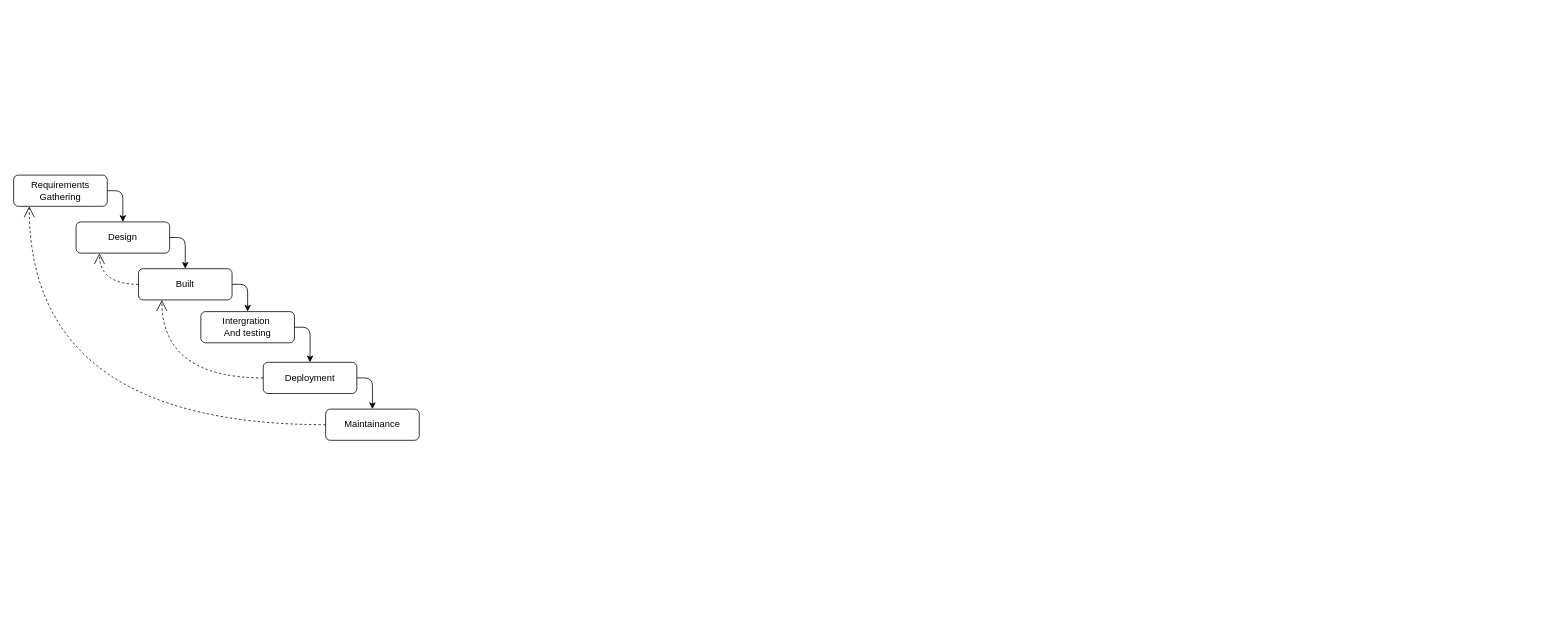
Earlier version of the draw.io diagram Diagrams/Final_year_proj Diagrams.drawio (onensensy/Diet-and-nutrition-management-system-Documentation). Source tidied: cells renumbered, new cells numbered last; positions are measured from the earlier drawing's top-left corner, leaving out a move shared by most shapes. Both pictures are drawn from the tidied source at 78%, with x=0, y=0 at pixel (13, 175).
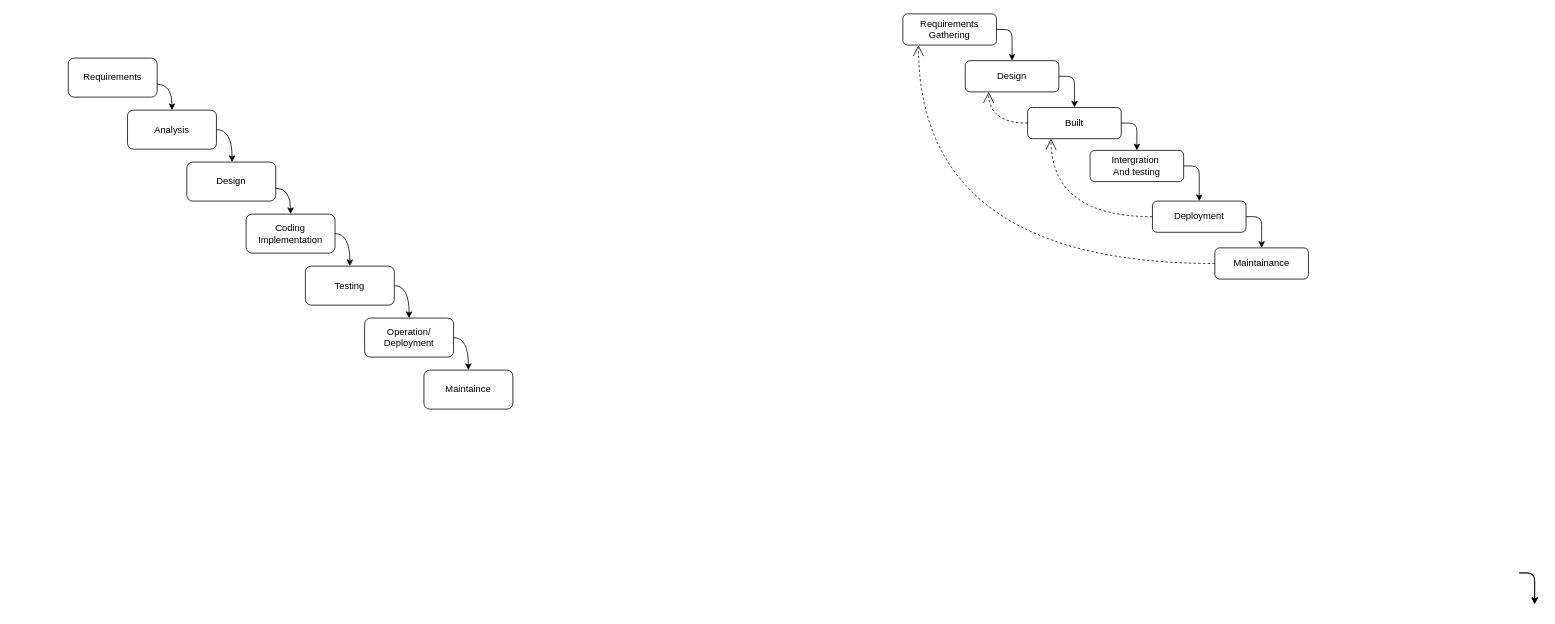
The same page after the edit.

Change to the diagram source:
```diff
@@
+    <mxCell id="17" style="edgeStyle=segmentEdgeStyle;endArrow=classic;html=1;" parent="1" edge="1">
+      <mxGeometry relative="1" as="geometry">
+        <mxPoint x="1930" y="510" as="sourcePoint" />
+        <mxPoint x="1950" y="550" as="targetPoint" />
+      </mxGeometry>
+    </mxCell>
+    <mxCell id="18" style="edgeStyle=segmentEdgeStyle;endArrow=classic;html=1;" parent="1" edge="1">
+      <mxGeometry relative="1" as="geometry">
+        <mxPoint x="1930" y="510" as="sourcePoint" />
+        <mxPoint x="1950" y="550" as="targetPoint" />
+      </mxGeometry>
+    </mxCell>
+    <mxCell id="19" style="group;" parent="1" vertex="1">
+      <mxGeometry x="1140" y="-206.7" width="520" height="340" as="geometry" />
+    </mxCell>
-    <mxCell id="2" style="group;" parent="1" vertex="1">
+    <mxCell id="2" style="group;" parent="19" vertex="1">
       <mxGeometry width="520" height="340" as="geometry" />
     </mxCell>
+    <mxCell id="8" value="Maintainance" style="rounded=1;whiteSpace=wrap;html=1;" parent="2" vertex="1">
+      <mxGeometry x="400" y="300" width="120" height="40" as="geometry" />
+    </mxCell>
+    <mxCell id="20" style="group;" parent="2" vertex="1">
+      <mxGeometry width="440" height="320" as="geometry" />
+    </mxCell>
-    <mxCell id="3" value="Requirements&lt;br&gt;Gathering" style="rounded=1;whiteSpace=wrap;html=1;" parent="2" vertex="1">
+    <mxCell id="3" value="Requirements&lt;br&gt;Gathering" style="rounded=1;whiteSpace=wrap;html=1;" parent="20" vertex="1">
       <mxGeometry width="120" height="40" as="geometry" />
     </mxCell>
-    <mxCell id="4" value="Deployment" style="rounded=1;whiteSpace=wrap;html=1;" parent="2" vertex="1">
+    <mxCell id="4" value="Deployment" style="rounded=1;whiteSpace=wrap;html=1;" parent="20" vertex="1">
       <mxGeometry x="320" y="240" width="120" height="40" as="geometry" />
     </mxCell>
-    <mxCell id="5" value="Intergration&amp;nbsp;&lt;br&gt;And testing" style="rounded=1;whiteSpace=wrap;html=1;" parent="2" vertex="1">
+    <mxCell id="5" value="Intergration&amp;nbsp;&lt;br&gt;And testing" style="rounded=1;whiteSpace=wrap;html=1;" parent="20" vertex="1">
       <mxGeometry x="240" y="175" width="120" height="40" as="geometry" />
     </mxCell>
-    <mxCell id="6" value="Built" style="rounded=1;whiteSpace=wrap;html=1;" parent="2" vertex="1">
+    <mxCell id="6" value="Built" style="rounded=1;whiteSpace=wrap;html=1;" parent="20" vertex="1">
       <mxGeometry x="160" y="120" width="120" height="40" as="geometry" />
     </mxCell>
-    <mxCell id="7" value="Design" style="rounded=1;whiteSpace=wrap;html=1;" parent="2" vertex="1">
+    <mxCell id="7" value="Design" style="rounded=1;whiteSpace=wrap;html=1;" parent="20" vertex="1">
       <mxGeometry x="80" y="60" width="120" height="40" as="geometry" />
     </mxCell>
-    <mxCell id="8" value="Maintainance" style="rounded=1;whiteSpace=wrap;html=1;" parent="2" vertex="1">
-      <mxGeometry x="400" y="300" width="120" height="40" as="geometry" />
-    </mxCell>
-    <mxCell id="9" style="edgeStyle=segmentEdgeStyle;endArrow=classic;html=1;" parent="2" edge="1" source="3" target="7">
+    <mxCell id="9" style="edgeStyle=segmentEdgeStyle;endArrow=classic;html=1;" parent="20" edge="1" source="3" target="7">
       <mxGeometry relative="1" as="geometry" />
     </mxCell>
-    <mxCell id="10" style="edgeStyle=segmentEdgeStyle;endArrow=classic;html=1;" parent="2" edge="1" source="7" target="6">
+    <mxCell id="10" style="edgeStyle=segmentEdgeStyle;endArrow=classic;html=1;" parent="20" edge="1" source="7" target="6">
       <mxGeometry relative="1" as="geometry" />
     </mxCell>
-    <mxCell id="11" style="edgeStyle=segmentEdgeStyle;endArrow=classic;html=1;" parent="2" edge="1" source="6" target="5">
+    <mxCell id="11" style="edgeStyle=segmentEdgeStyle;endArrow=classic;html=1;" parent="20" edge="1" source="6" target="5">
       <mxGeometry relative="1" as="geometry" />
     </mxCell>
-    <mxCell id="12" style="edgeStyle=segmentEdgeStyle;endArrow=classic;html=1;" parent="2" edge="1" source="5" target="4">
+    <mxCell id="12" style="edgeStyle=segmentEdgeStyle;endArrow=classic;html=1;" parent="20" edge="1" source="5" target="4">
       <mxGeometry relative="1" as="geometry" />
     </mxCell>
+    <mxCell id="15" style="endArrow=open;endSize=12;dashed=1;html=1;edgeStyle=orthogonalEdgeStyle;curved=1;" parent="20" edge="1" source="4" target="6">
+      <mxGeometry relative="1" as="geometry">
+        <Array as="points">
+          <mxPoint x="190" y="260" />
+        </Array>
+      </mxGeometry>
+    </mxCell>
+    <mxCell id="16" style="endArrow=open;endSize=12;dashed=1;html=1;edgeStyle=orthogonalEdgeStyle;curved=1;" parent="20" edge="1" source="6" target="7">
+      <mxGeometry relative="1" as="geometry">
+        <Array as="points">
+          <mxPoint x="110" y="140" />
+        </Array>
+      </mxGeometry>
+    </mxCell>
@@
-    <mxCell id="15" style="endArrow=open;endSize=12;dashed=1;html=1;edgeStyle=orthogonalEdgeStyle;curved=1;" parent="2" edge="1" source="4" target="6">
-      <mxGeometry relative="1" as="geometry">
-        <Array as="points">
-          <mxPoint x="190" y="260" />
-        </Array>
-      </mxGeometry>
-    </mxCell>
-    <mxCell id="16" style="endArrow=open;endSize=12;dashed=1;html=1;edgeStyle=orthogonalEdgeStyle;curved=1;" parent="2" edge="1" source="6" target="7">
-      <mxGeometry relative="1" as="geometry">
-        <Array as="points">
-          <mxPoint x="110" y="140" />
-        </Array>
-      </mxGeometry>
-    </mxCell>
+    <mxCell id="21" style="group;" parent="1" vertex="1">
+      <mxGeometry x="70" y="-150" width="570" height="450" as="geometry" />
+    </mxCell>
+    <mxCell id="22" value="Requirements" style="rounded=1;whiteSpace=wrap;html=1;" parent="21" vertex="1">
+      <mxGeometry width="114" height="50" as="geometry" />
+    </mxCell>
+    <mxCell id="23" value="Analysis" style="rounded=1;whiteSpace=wrap;html=1;" parent="21" vertex="1">
+      <mxGeometry x="76" y="66.7" width="114" height="50" as="geometry" />
+    </mxCell>
+    <mxCell id="24" style="edgeStyle=orthogonalEdgeStyle;curved=1;rounded=0;jettySize=auto;html=1;" parent="21" edge="1" source="22" target="23">
+      <mxGeometry relative="1" as="geometry">
+        <Array as="points">
+          <mxPoint x="133" y="33.3" />
+        </Array>
+      </mxGeometry>
+    </mxCell>
+    <mxCell id="25" value="Design" style="rounded=1;whiteSpace=wrap;html=1;" parent="21" vertex="1">
+      <mxGeometry x="152" y="133.3" width="114" height="50" as="geometry" />
+    </mxCell>
+    <mxCell id="26" style="edgeStyle=orthogonalEdgeStyle;curved=1;rounded=0;jettySize=auto;html=1;exitX=1;exitY=0.5;exitDx=0;exitDy=0;" parent="21" edge="1" source="23" target="25">
+      <mxGeometry relative="1" as="geometry">
+        <Array as="points">
+          <mxPoint x="210" y="92" />
+        </Array>
+      </mxGeometry>
+    </mxCell>
+    <mxCell id="27" value="Coding&lt;br&gt;Implementation" style="rounded=1;whiteSpace=wrap;html=1;" parent="21" vertex="1">
+      <mxGeometry x="228" y="200" width="114" height="50" as="geometry" />
+    </mxCell>
+    <mxCell id="28" style="edgeStyle=orthogonalEdgeStyle;curved=1;rounded=0;jettySize=auto;html=1;" parent="21" edge="1" source="25" target="27">
+      <mxGeometry relative="1" as="geometry">
+        <Array as="points">
+          <mxPoint x="285" y="166.7" />
+        </Array>
+      </mxGeometry>
+    </mxCell>
+    <mxCell id="29" value="Testing" style="rounded=1;whiteSpace=wrap;html=1;" parent="21" vertex="1">
+      <mxGeometry x="304" y="266.7" width="114" height="50" as="geometry" />
+    </mxCell>
+    <mxCell id="30" style="edgeStyle=orthogonalEdgeStyle;curved=1;rounded=0;jettySize=auto;html=1;" parent="21" edge="1" source="27" target="29">
+      <mxGeometry relative="1" as="geometry">
+        <Array as="points">
+          <mxPoint x="361" y="225" />
+        </Array>
+      </mxGeometry>
+    </mxCell>
+    <mxCell id="31" value="Operation/&lt;br&gt;Deployment" style="rounded=1;whiteSpace=wrap;html=1;" parent="21" vertex="1">
+      <mxGeometry x="380" y="333.3" width="114" height="50" as="geometry" />
+    </mxCell>
+    <mxCell id="32" style="edgeStyle=orthogonalEdgeStyle;curved=1;rounded=0;jettySize=auto;html=1;" parent="21" edge="1" source="29" target="31">
+      <mxGeometry relative="1" as="geometry">
+        <Array as="points">
+          <mxPoint x="437" y="291.7" />
+        </Array>
+      </mxGeometry>
+    </mxCell>
+    <mxCell id="33" value="Maintaince" style="rounded=1;whiteSpace=wrap;html=1;" parent="21" vertex="1">
+      <mxGeometry x="456" y="400" width="114" height="50" as="geometry" />
+    </mxCell>
+    <mxCell id="34" style="edgeStyle=orthogonalEdgeStyle;curved=1;rounded=0;jettySize=auto;html=1;" parent="21" edge="1" source="31" target="33">
+      <mxGeometry relative="1" as="geometry">
+        <Array as="points">
+          <mxPoint x="513" y="358.3" />
+        </Array>
+      </mxGeometry>
+    </mxCell>
```
